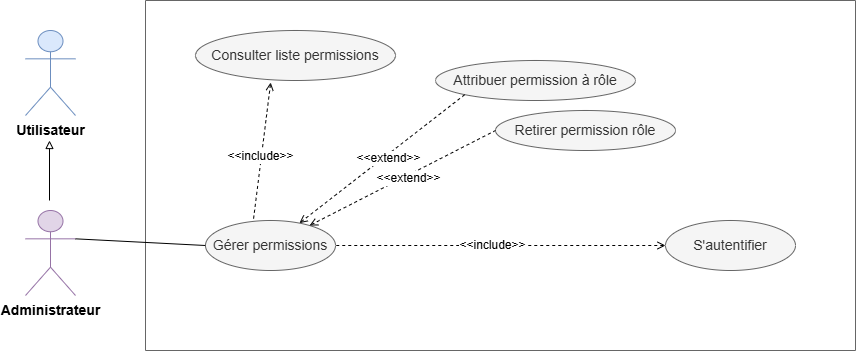
Earlier version of the draw.io export Images/gerer permession.drawio.png (rihab-dev/Rapport-PFE). Source tidied: cells renumbered, new cells last; positions are measured from the earlier drawing's top-left corner, leaving out a move shared by most shapes.
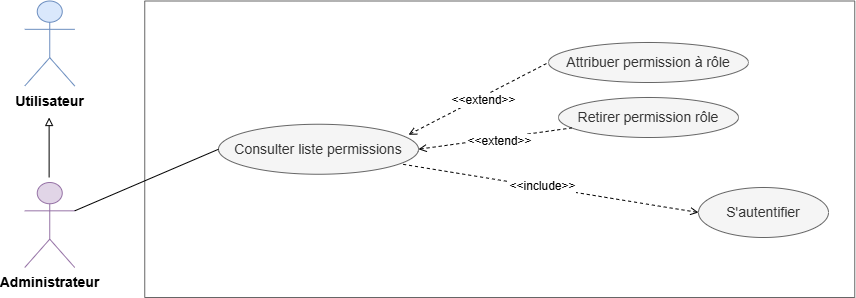
After the commit.

Change to the diagram source:
```diff
@@ -2,70 +2,59 @@
   <root>
     <mxCell id="0" />
     <mxCell id="1" parent="0" />
-    <mxCell id="2" style="swimlane;startSize=0;fillColor=#f5f5f5;strokeColor=#666666;fontColor=#333333;swimlaneFillColor=none;swimlaneLine=1;" parent="1" vertex="1">
-      <mxGeometry x="120" width="710" height="350" as="geometry" />
-    </mxCell>
+    <mxCell id="20" style="swimlane;startSize=0;fillColor=#f5f5f5;strokeColor=#666666;fontColor=#333333;swimlaneFillColor=none;swimlaneLine=1;" parent="1" vertex="1">
+      <mxGeometry x="436.2" y="363.5" width="710" height="296.5" as="geometry" />
+    </mxCell>
-    <mxCell id="3" value="&lt;font style=&quot;font-size: 14px;&quot;&gt;Consulter liste&amp;nbsp;&lt;/font&gt;&lt;span style=&quot;font-size: 14px;&quot;&gt;permissions&lt;/span&gt;" style="ellipse;whiteSpace=wrap;html=1;fillColor=#f5f5f5;fontColor=#333333;strokeColor=#666666;" parent="2" vertex="1">
-      <mxGeometry x="50" y="30" width="200" height="50" as="geometry" />
+    <mxCell id="3" value="&lt;font style=&quot;font-size: 14px;&quot;&gt;Consulter liste&amp;nbsp;&lt;/font&gt;&lt;span style=&quot;font-size: 14px;&quot;&gt;permissions&lt;/span&gt;" style="ellipse;whiteSpace=wrap;html=1;fillColor=#f5f5f5;fontColor=#333333;strokeColor=#666666;" parent="20" vertex="1">
+      <mxGeometry x="73.8" y="123.2" width="200" height="50" as="geometry" />
     </mxCell>
-    <mxCell id="4" value="&lt;font style=&quot;font-size: 14px;&quot;&gt;Gérer permissions&lt;/font&gt;" style="ellipse;whiteSpace=wrap;html=1;fillColor=#f5f5f5;fontColor=#333333;strokeColor=#666666;" parent="2" vertex="1">
-      <mxGeometry x="60" y="220" width="130" height="50" as="geometry" />
-    </mxCell>
-    <mxCell id="5" value="&lt;font style=&quot;font-size: 14px;&quot;&gt;S'autentifier&lt;/font&gt;" style="ellipse;whiteSpace=wrap;html=1;fillColor=#f5f5f5;fontColor=#333333;strokeColor=#666666;" parent="2" vertex="1">
-      <mxGeometry x="520" y="220" width="130" height="50" as="geometry" />
+    <mxCell id="5" value="&lt;font style=&quot;font-size: 14px;&quot;&gt;S'autentifier&lt;/font&gt;" style="ellipse;whiteSpace=wrap;html=1;fillColor=#f5f5f5;fontColor=#333333;strokeColor=#666666;" parent="20" vertex="1">
+      <mxGeometry x="553.8" y="186.5" width="130" height="50" as="geometry" />
     </mxCell>
-    <mxCell id="6" style="endArrow=none;dashed=1;html=1;rounded=0;startArrow=open;startFill=0;entryX=1;entryY=0.5;entryDx=0;entryDy=0;exitX=0;exitY=0.5;exitDx=0;exitDy=0;" parent="2" edge="1" source="5" target="4">
-      <mxGeometry relative="1" as="geometry" />
-    </mxCell>
-    <mxCell id="7" value="&lt;font style=&quot;font-size: 12px;&quot;&gt;&amp;lt;&amp;lt;include&amp;gt;&amp;gt;&lt;/font&gt;" style="edgeLabel;html=1;align=center;verticalAlign=middle;" parent="6" vertex="1">
-      <mxGeometry x="0.05" y="-2" relative="1" as="geometry">
-        <mxPoint y="1" as="offset" />
-      </mxGeometry>
-    </mxCell>
-    <mxCell id="8" style="endArrow=none;dashed=1;html=1;rounded=0;startArrow=open;startFill=0;exitX=0.376;exitY=1.04;exitDx=0;exitDy=0;exitPerimeter=0;entryX=0.369;entryY=-0.02;entryDx=0;entryDy=0;entryPerimeter=0;" parent="2" edge="1" source="3" target="4">
-      <mxGeometry relative="1" as="geometry" />
-    </mxCell>
-    <mxCell id="9" value="&lt;font style=&quot;font-size: 12px;&quot;&gt;&amp;lt;&amp;lt;include&amp;gt;&amp;gt;&lt;/font&gt;" style="edgeLabel;html=1;align=center;verticalAlign=middle;" parent="8" vertex="1">
-      <mxGeometry x="0.05" y="-2" relative="1" as="geometry">
-        <mxPoint y="1" as="offset" />
-      </mxGeometry>
-    </mxCell>
+    <mxCell id="21" style="endArrow=none;dashed=1;html=1;rounded=0;startArrow=open;startFill=0;entryX=0.913;entryY=0.795;entryDx=0;entryDy=0;exitX=0;exitY=0.5;exitDx=0;exitDy=0;entryPerimeter=0;" parent="20" edge="1" source="5" target="3">
+      <mxGeometry relative="1" as="geometry" />
+    </mxCell>
+    <mxCell id="22" value="&lt;font style=&quot;font-size: 12px;&quot;&gt;&amp;lt;&amp;lt;include&amp;gt;&amp;gt;&lt;/font&gt;" style="edgeLabel;html=1;align=center;verticalAlign=middle;" parent="21" vertex="1">
+      <mxGeometry x="0.05" y="-2" relative="1" as="geometry">
+        <mxPoint y="1" as="offset" />
+      </mxGeometry>
+    </mxCell>
-    <mxCell id="10" value="&lt;font style=&quot;font-size: 14px;&quot;&gt;Attribuer permission à rôle&lt;/font&gt;" style="ellipse;whiteSpace=wrap;html=1;fillColor=#f5f5f5;fontColor=#333333;strokeColor=#666666;" parent="2" vertex="1">
-      <mxGeometry x="290" y="60" width="200" height="40" as="geometry" />
+    <mxCell id="10" value="&lt;font style=&quot;font-size: 14px;&quot;&gt;Attribuer permission à rôle&lt;/font&gt;" style="ellipse;whiteSpace=wrap;html=1;fillColor=#f5f5f5;fontColor=#333333;strokeColor=#666666;" parent="20" vertex="1">
+      <mxGeometry x="403.8" y="41.5" width="200" height="40" as="geometry" />
     </mxCell>
-    <mxCell id="11" style="endArrow=none;dashed=1;html=1;rounded=0;startArrow=open;startFill=0;entryX=0;entryY=1;entryDx=0;entryDy=0;" parent="2" edge="1" source="4" target="10">
-      <mxGeometry relative="1" as="geometry" />
-    </mxCell>
-    <mxCell id="12" value="&lt;font style=&quot;font-size: 12px;&quot;&gt;&amp;lt;&amp;lt;extend&amp;gt;&amp;gt;&lt;/font&gt;" style="edgeLabel;html=1;align=center;verticalAlign=middle;" parent="11" vertex="1">
-      <mxGeometry x="0.05" y="-2" relative="1" as="geometry">
-        <mxPoint y="1" as="offset" />
-      </mxGeometry>
-    </mxCell>
-    <mxCell id="13" value="&lt;font style=&quot;font-size: 14px;&quot;&gt;Retirer permission rôle&lt;/font&gt;" style="ellipse;whiteSpace=wrap;html=1;fillColor=#f5f5f5;fontColor=#333333;strokeColor=#666666;" parent="2" vertex="1">
-      <mxGeometry x="350" y="110" width="180" height="40" as="geometry" />
+    <mxCell id="13" value="&lt;font style=&quot;font-size: 14px;&quot;&gt;Retirer permission rôle&lt;/font&gt;" style="ellipse;whiteSpace=wrap;html=1;fillColor=#f5f5f5;fontColor=#333333;strokeColor=#666666;" parent="20" vertex="1">
+      <mxGeometry x="413.8" y="96.5" width="180" height="40" as="geometry" />
     </mxCell>
-    <mxCell id="14" style="endArrow=none;dashed=1;html=1;rounded=0;startArrow=open;startFill=0;entryX=0;entryY=0.5;entryDx=0;entryDy=0;" parent="2" edge="1" source="4" target="13">
-      <mxGeometry relative="1" as="geometry" />
-    </mxCell>
-    <mxCell id="15" value="&lt;font style=&quot;font-size: 12px;&quot;&gt;&amp;lt;&amp;lt;extend&amp;gt;&amp;gt;&lt;/font&gt;" style="edgeLabel;html=1;align=center;verticalAlign=middle;" parent="14" vertex="1">
-      <mxGeometry x="0.05" y="-2" relative="1" as="geometry">
-        <mxPoint y="1" as="offset" />
-      </mxGeometry>
-    </mxCell>
+    <mxCell id="23" style="endArrow=none;dashed=1;html=1;rounded=0;startArrow=open;startFill=0;entryX=0;entryY=0.5;entryDx=0;entryDy=0;exitX=0.95;exitY=0.21;exitDx=0;exitDy=0;exitPerimeter=0;" parent="20" edge="1" source="3" target="10">
+      <mxGeometry relative="1" as="geometry" />
+    </mxCell>
+    <mxCell id="24" value="&lt;font style=&quot;font-size: 12px;&quot;&gt;&amp;lt;&amp;lt;extend&amp;gt;&amp;gt;&lt;/font&gt;" style="edgeLabel;html=1;align=center;verticalAlign=middle;" parent="23" vertex="1">
+      <mxGeometry x="0.05" y="-2" relative="1" as="geometry">
+        <mxPoint y="1" as="offset" />
+      </mxGeometry>
+    </mxCell>
+    <mxCell id="25" style="endArrow=none;dashed=1;html=1;rounded=0;startArrow=open;startFill=0;fontStyle=1;exitX=1;exitY=0.5;exitDx=0;exitDy=0;" parent="20" edge="1" source="3" target="13">
+      <mxGeometry relative="1" as="geometry" />
+    </mxCell>
+    <mxCell id="26" value="&lt;font style=&quot;font-size: 12px;&quot;&gt;&amp;lt;&amp;lt;extend&amp;gt;&amp;gt;&lt;/font&gt;" style="edgeLabel;html=1;align=center;verticalAlign=middle;" parent="25" vertex="1">
+      <mxGeometry x="0.05" y="-2" relative="1" as="geometry">
+        <mxPoint y="1" as="offset" />
+      </mxGeometry>
+    </mxCell>
     <mxCell id="16" value="&lt;font style=&quot;font-size: 14px;&quot;&gt;&lt;b style=&quot;&quot;&gt;Utilisateur&lt;/b&gt;&lt;/font&gt;" style="shape=umlActor;verticalLabelPosition=bottom;verticalAlign=top;html=1;fillColor=#dae8fc;strokeColor=#6c8ebf;" parent="1" vertex="1">
-      <mxGeometry y="30" width="50" height="85" as="geometry" />
+      <mxGeometry x="316.2" y="363.5" width="50" height="85" as="geometry" />
     </mxCell>
     <mxCell id="17" value="&lt;font style=&quot;font-size: 14px;&quot;&gt;&lt;b style=&quot;&quot;&gt;Administrateur&lt;/b&gt;&lt;/font&gt;" style="shape=umlActor;verticalLabelPosition=bottom;verticalAlign=top;html=1;outlineConnect=0;fillColor=#e1d5e7;strokeColor=#9673a6;" parent="1" vertex="1">
-      <mxGeometry y="210" width="50" height="85" as="geometry" />
+      <mxGeometry x="316.2" y="545" width="50" height="85" as="geometry" />
     </mxCell>
-    <mxCell id="18" style="edgeStyle=orthogonalEdgeStyle;rounded=0;orthogonalLoop=1;jettySize=auto;html=1;endArrow=block;endFill=0;" parent="1" edge="1">
-      <mxGeometry relative="1" as="geometry">
-        <mxPoint x="24" y="200" as="sourcePoint" />
-        <mxPoint x="24" y="140" as="targetPoint" />
-      </mxGeometry>
-    </mxCell>
-    <mxCell id="19" style="endArrow=none;html=1;rounded=0;entryX=0;entryY=0.5;entryDx=0;entryDy=0;endFill=0;exitX=1;exitY=0.3333333333333333;exitDx=0;exitDy=0;exitPerimeter=0;" parent="1" edge="1" source="17" target="4">
-      <mxGeometry relative="1" as="geometry" />
-    </mxCell>
+    <mxCell id="27" style="edgeStyle=orthogonalEdgeStyle;rounded=0;orthogonalLoop=1;jettySize=auto;html=1;endArrow=block;endFill=0;" parent="1" edge="1">
+      <mxGeometry relative="1" as="geometry">
+        <mxPoint x="340.6" y="540" as="sourcePoint" />
+        <mxPoint x="340.6" y="480" as="targetPoint" />
+      </mxGeometry>
+    </mxCell>
+    <mxCell id="28" style="endArrow=none;html=1;rounded=0;entryX=0;entryY=0.5;entryDx=0;entryDy=0;endFill=0;exitX=1;exitY=0.3333333333333333;exitDx=0;exitDy=0;exitPerimeter=0;" parent="1" edge="1" source="17" target="3">
+      <mxGeometry relative="1" as="geometry" />
+    </mxCell>
   </root>
 </mxGraphModel>
```
